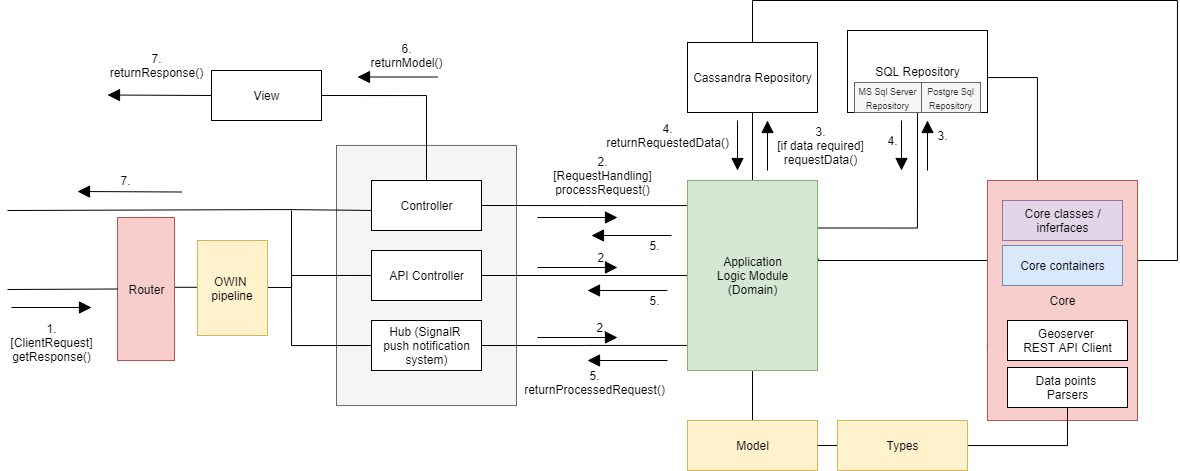
myNameIsAndrew00/Persistent-Scatterers-Tool keeps this draw.io diagram as docs/Diagrams/Server communication diagram.png. Above is the earlier version. Source tidied: cells renumbered, new cells last; positions are measured from the earlier drawing's top-left corner, leaving out a move shared by most shapes.
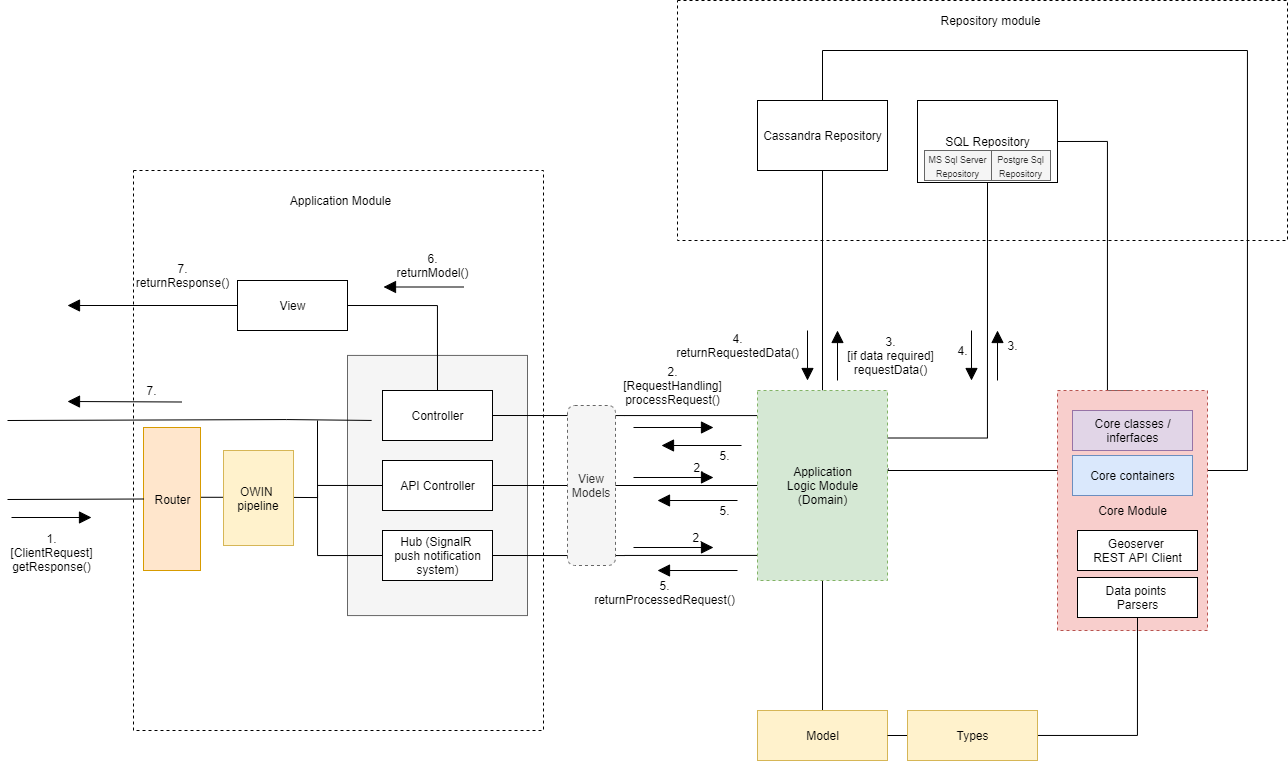
After the commit.

Diff of the diagram source:
```diff
@@ -2,46 +2,49 @@
   <root>
     <mxCell id="0" />
     <mxCell id="1" parent="0" />
+    <mxCell id="65" style="rounded=0;whiteSpace=wrap;html=1;fillColor=none;dashed=1;" parent="1" vertex="1">
+      <mxGeometry x="62" y="-40" width="410" height="560" as="geometry" />
+    </mxCell>
     <mxCell id="2" style="html=1;fillColor=#f5f5f5;strokeColor=#666666;fontColor=#333333;labelPosition=center;verticalLabelPosition=middle;align=center;verticalAlign=top;" parent="1" vertex="1">
-      <mxGeometry x="335" y="144.9" width="180" height="260.1" as="geometry" />
+      <mxGeometry x="276" y="144.9" width="180" height="260.1" as="geometry" />
     </mxCell>
     <mxCell id="3" style="edgeStyle=orthogonalEdgeStyle;rounded=0;jettySize=auto;html=1;exitX=1;exitY=0.5;exitDx=0;exitDy=0;entryX=-0.003;entryY=0.132;entryDx=0;entryDy=0;entryPerimeter=0;endArrow=none;endFill=0;" parent="1" edge="1" source="5" target="16">
       <mxGeometry relative="1" as="geometry" />
     </mxCell>
     <mxCell id="4" style="edgeStyle=orthogonalEdgeStyle;rounded=0;orthogonalLoop=1;jettySize=auto;html=1;exitX=0;exitY=0.5;exitDx=0;exitDy=0;endArrow=none;endFill=0;" parent="1" edge="1">
       <mxGeometry relative="1" as="geometry">
-        <mxPoint x="370.1" y="210" as="sourcePoint" />
-        <mxPoint x="6" y="210" as="targetPoint" />
+        <mxPoint x="300.1" y="210" as="sourcePoint" />
+        <mxPoint x="-64" y="210" as="targetPoint" />
         <Array as="points">
-          <mxPoint x="285" y="209" />
-          <mxPoint x="285" y="210" />
+          <mxPoint x="215" y="209" />
+          <mxPoint x="215" y="210" />
         </Array>
       </mxGeometry>
     </mxCell>
     <mxCell id="5" value="Controller" style="html=1;" parent="1" vertex="1">
-      <mxGeometry x="370" y="180" width="110" height="50" as="geometry" />
+      <mxGeometry x="311" y="180" width="110" height="50" as="geometry" />
     </mxCell>
     <mxCell id="6" style="edgeStyle=orthogonalEdgeStyle;rounded=0;jettySize=auto;html=1;endArrow=none;endFill=0;" parent="1" edge="1" source="8" target="16">
       <mxGeometry relative="1" as="geometry" />
     </mxCell>
     <mxCell id="7" style="edgeStyle=orthogonalEdgeStyle;rounded=0;jettySize=auto;html=1;exitX=0;exitY=0.5;exitDx=0;exitDy=0;endArrow=none;endFill=0;" parent="1" edge="1" source="8">
       <mxGeometry relative="1" as="geometry">
-        <mxPoint x="290" y="275" as="targetPoint" />
+        <mxPoint x="246" y="275" as="targetPoint" />
       </mxGeometry>
     </mxCell>
     <mxCell id="8" value="API Controller" style="html=1;" parent="1" vertex="1">
-      <mxGeometry x="370" y="250" width="110" height="50" as="geometry" />
+      <mxGeometry x="311" y="250" width="110" height="50" as="geometry" />
     </mxCell>
     <mxCell id="9" style="edgeStyle=orthogonalEdgeStyle;rounded=0;jettySize=auto;html=1;exitX=1;exitY=0.5;exitDx=0;exitDy=0;entryX=-0.003;entryY=0.868;entryDx=0;entryDy=0;entryPerimeter=0;endArrow=none;endFill=0;" parent="1" edge="1" source="11" target="16">
       <mxGeometry relative="1" as="geometry" />
     </mxCell>
     <mxCell id="10" style="edgeStyle=orthogonalEdgeStyle;rounded=0;jettySize=auto;html=1;exitX=0;exitY=0.5;exitDx=0;exitDy=0;endArrow=none;endFill=0;" parent="1" edge="1" source="11">
       <mxGeometry relative="1" as="geometry">
-        <mxPoint x="290" y="210" as="targetPoint" />
+        <mxPoint x="246" y="210" as="targetPoint" />
       </mxGeometry>
     </mxCell>
     <mxCell id="11" value="&lt;div&gt;Hub (SignalR &lt;br&gt;&lt;/div&gt;&lt;div&gt;push notification&lt;/div&gt;&lt;div&gt;system)&lt;/div&gt;" style="html=1;" parent="1" vertex="1">
-      <mxGeometry x="370" y="320" width="110" height="50" as="geometry" />
+      <mxGeometry x="311" y="320" width="110" height="50" as="geometry" />
     </mxCell>
     <mxCell id="12" style="edgeStyle=orthogonalEdgeStyle;rounded=0;jettySize=auto;html=1;exitX=0.5;exitY=0;exitDx=0;exitDy=0;entryX=0.5;entryY=1;entryDx=0;entryDy=0;endArrow=none;endFill=0;" parent="1" edge="1" source="16" target="18">
       <mxGeometry relative="1" as="geometry" />
@@ -61,57 +64,58 @@
     <mxCell id="15" style="edgeStyle=orthogonalEdgeStyle;rounded=0;jettySize=auto;html=1;exitX=1;exitY=0.25;exitDx=0;exitDy=0;entryX=0.5;entryY=1;entryDx=0;entryDy=0;endArrow=none;endFill=0;" parent="1" edge="1" source="16" target="20">
       <mxGeometry relative="1" as="geometry" />
     </mxCell>
-    <mxCell id="16" value="&lt;div&gt;Application&lt;/div&gt;&lt;div&gt;Logic Module&lt;br&gt;&lt;/div&gt;&lt;div&gt;(Domain)&lt;/div&gt;" style="html=1;fillColor=#d5e8d4;strokeColor=#82b366;" parent="1" vertex="1">
+    <mxCell id="16" value="&lt;div&gt;Application&lt;/div&gt;&lt;div&gt;Logic Module&lt;br&gt;&lt;/div&gt;&lt;div&gt;(Domain)&lt;/div&gt;" style="html=1;fillColor=#d5e8d4;strokeColor=#82b366;dashed=1;" parent="1" vertex="1">
       <mxGeometry x="686" y="180" width="130" height="190" as="geometry" />
     </mxCell>
     <mxCell id="17" style="edgeStyle=orthogonalEdgeStyle;rounded=0;jettySize=auto;html=1;exitX=0.5;exitY=0;exitDx=0;exitDy=0;endArrow=none;endFill=0;" parent="1" edge="1" source="18">
       <mxGeometry relative="1" as="geometry">
         <mxPoint x="1127" y="260" as="targetPoint" />
         <Array as="points">
-          <mxPoint x="751" />
-          <mxPoint x="1176" />
+          <mxPoint x="751" y="-160" />
+          <mxPoint x="1176" y="-160" />
           <mxPoint x="1176" y="260" />
         </Array>
       </mxGeometry>
     </mxCell>
     <mxCell id="18" value="Cassandra Repository" style="html=1;" parent="1" vertex="1">
-      <mxGeometry x="686" y="42" width="130" height="70" as="geometry" />
+      <mxGeometry x="686" y="-110" width="130" height="70" as="geometry" />
     </mxCell>
     <mxCell id="19" style="edgeStyle=orthogonalEdgeStyle;rounded=0;jettySize=auto;html=1;exitX=1;exitY=0.5;exitDx=0;exitDy=0;entryX=0.5;entryY=0;entryDx=0;entryDy=0;endArrow=none;endFill=0;" parent="1" edge="1" source="20" target="22">
       <mxGeometry relative="1" as="geometry">
         <Array as="points">
-          <mxPoint x="1036" y="77" />
+          <mxPoint x="1036" y="-69" />
+          <mxPoint x="1036" y="180" />
         </Array>
       </mxGeometry>
     </mxCell>
     <mxCell id="20" value="SQL Repository" style="html=1;" parent="1" vertex="1">
-      <mxGeometry x="846" y="30" width="140" height="82" as="geometry" />
+      <mxGeometry x="846" y="-110" width="140" height="82" as="geometry" />
     </mxCell>
     <mxCell id="21" value="Model" style="html=1;fillColor=#fff2cc;strokeColor=#d6b656;" parent="1" vertex="1">
-      <mxGeometry x="686" y="420" width="130" height="50" as="geometry" />
+      <mxGeometry x="686" y="500" width="130" height="50" as="geometry" />
     </mxCell>
-    <mxCell id="22" value="Core" style="html=1;fillColor=#f8cecc;strokeColor=#b85450;" parent="1" vertex="1">
+    <mxCell id="22" value="Core Module" style="html=1;fillColor=#f8cecc;strokeColor=#b85450;dashed=1;" parent="1" vertex="1">
       <mxGeometry x="986" y="180" width="150" height="240" as="geometry" />
     </mxCell>
     <mxCell id="23" style="edgeStyle=orthogonalEdgeStyle;rounded=0;jettySize=auto;html=1;exitX=1;exitY=0.5;exitDx=0;exitDy=0;entryX=0.5;entryY=0;entryDx=0;entryDy=0;endArrow=none;endFill=0;" parent="1" edge="1" source="24" target="5">
       <mxGeometry relative="1" as="geometry" />
     </mxCell>
     <mxCell id="24" value="View" style="html=1;" parent="1" vertex="1">
-      <mxGeometry x="210" y="70" width="110" height="50" as="geometry" />
+      <mxGeometry x="166" y="70" width="110" height="50" as="geometry" />
     </mxCell>
     <mxCell id="25" style="endArrow=block;endFill=1;endSize=10;html=1;" parent="1" edge="1">
       <mxGeometry relative="1" as="geometry">
-        <mxPoint x="10" y="307" as="sourcePoint" />
-        <mxPoint x="90" y="307" as="targetPoint" />
+        <mxPoint x="-60" y="307" as="sourcePoint" />
+        <mxPoint x="20" y="307" as="targetPoint" />
       </mxGeometry>
     </mxCell>
     <mxCell id="26" value="1.&lt;div&gt;[ClientRequest]&lt;/div&gt;&lt;div&gt;getResponse()&lt;br&gt;&lt;/div&gt;" style="text;html=1;align=center;verticalAlign=middle;" parent="1" vertex="1">
-      <mxGeometry y="317" width="100" height="50" as="geometry" />
+      <mxGeometry x="-70" y="317" width="100" height="50" as="geometry" />
     </mxCell>
     <mxCell id="27" style="endArrow=block;endFill=1;endSize=10;html=1;" parent="1" edge="1">
       <mxGeometry relative="1" as="geometry">
-        <mxPoint x="536" y="217" as="sourcePoint" />
-        <mxPoint x="616" y="217" as="targetPoint" />
+        <mxPoint x="562" y="217" as="sourcePoint" />
+        <mxPoint x="642" y="217" as="targetPoint" />
       </mxGeometry>
     </mxCell>
     <mxCell id="28" value="2.&lt;div&gt;[RequestHandling]&lt;/div&gt;&lt;div&gt;processRequest()&lt;br&gt;&lt;/div&gt;" style="text;html=1;align=center;verticalAlign=middle;" parent="1" vertex="1">
@@ -119,21 +123,21 @@
     </mxCell>
     <mxCell id="29" style="endArrow=block;endFill=1;endSize=10;html=1;" parent="1" edge="1">
       <mxGeometry relative="1" as="geometry">
-        <mxPoint x="536" y="267" as="sourcePoint" />
-        <mxPoint x="616" y="267" as="targetPoint" />
+        <mxPoint x="562" y="267" as="sourcePoint" />
+        <mxPoint x="642" y="267" as="targetPoint" />
       </mxGeometry>
     </mxCell>
     <mxCell id="30" value="2." style="text;html=1;align=center;verticalAlign=middle;" parent="1" vertex="1">
-      <mxGeometry x="586" y="247" width="30" height="20" as="geometry" />
+      <mxGeometry x="612" y="247" width="30" height="20" as="geometry" />
     </mxCell>
     <mxCell id="31" style="endArrow=block;endFill=1;endSize=10;html=1;" parent="1" edge="1">
       <mxGeometry relative="1" as="geometry">
-        <mxPoint x="536" y="337" as="sourcePoint" />
-        <mxPoint x="616" y="337" as="targetPoint" />
+        <mxPoint x="562" y="337" as="sourcePoint" />
+        <mxPoint x="642" y="337" as="targetPoint" />
       </mxGeometry>
     </mxCell>
     <mxCell id="32" value="2." style="text;html=1;align=center;verticalAlign=middle;" parent="1" vertex="1">
-      <mxGeometry x="585" y="317" width="30" height="20" as="geometry" />
+      <mxGeometry x="611" y="317" width="30" height="20" as="geometry" />
     </mxCell>
     <mxCell id="33" style="endArrow=block;endFill=1;endSize=10;html=1;" parent="1" edge="1">
       <mxGeometry relative="1" as="geometry">
@@ -200,35 +204,35 @@
     </mxCell>
     <mxCell id="47" style="endArrow=block;endFill=1;endSize=10;html=1;" parent="1" edge="1">
       <mxGeometry relative="1" as="geometry">
-        <mxPoint x="436" y="76.5" as="sourcePoint" />
-        <mxPoint x="356" y="76.5" as="targetPoint" />
+        <mxPoint x="392" y="76.5" as="sourcePoint" />
+        <mxPoint x="312" y="76.5" as="targetPoint" />
       </mxGeometry>
     </mxCell>
     <mxCell id="48" value="&lt;div&gt;6.&lt;/div&gt;&lt;div&gt;returnModel()&lt;br&gt;&lt;/div&gt;" style="text;html=1;align=center;verticalAlign=middle;" parent="1" vertex="1">
-      <mxGeometry x="365" y="40" width="80" height="30" as="geometry" />
+      <mxGeometry x="321" y="40" width="80" height="30" as="geometry" />
     </mxCell>
     <mxCell id="49" style="endArrow=block;endFill=1;endSize=10;html=1;exitX=0;exitY=0.5;exitDx=0;exitDy=0;" parent="1" edge="1" source="24">
       <mxGeometry relative="1" as="geometry">
-        <mxPoint x="106" y="94.5" as="targetPoint" />
+        <mxPoint x="-4" y="95" as="targetPoint" />
       </mxGeometry>
     </mxCell>
     <mxCell id="50" value="&lt;div&gt;7.&lt;/div&gt;&lt;div&gt;returnResponse()&lt;br&gt;&lt;/div&gt;" style="text;html=1;align=center;verticalAlign=middle;" parent="1" vertex="1">
-      <mxGeometry x="100" y="50" width="110" height="30" as="geometry" />
+      <mxGeometry x="56" y="50" width="110" height="30" as="geometry" />
     </mxCell>
     <mxCell id="51" style="endArrow=block;endFill=1;endSize=10;html=1;exitX=0;exitY=0.5;exitDx=0;exitDy=0;" parent="1" edge="1">
       <mxGeometry relative="1" as="geometry">
-        <mxPoint x="180" y="191.5" as="sourcePoint" />
-        <mxPoint x="76" y="191" as="targetPoint" />
+        <mxPoint x="110" y="191.5" as="sourcePoint" />
+        <mxPoint x="-4" y="191" as="targetPoint" />
       </mxGeometry>
     </mxCell>
     <mxCell id="52" value="7." style="text;html=1;align=center;verticalAlign=middle;" parent="1" vertex="1">
-      <mxGeometry x="109" y="170" width="30" height="20" as="geometry" />
+      <mxGeometry x="65" y="170" width="30" height="20" as="geometry" />
     </mxCell>
     <mxCell id="53" value="&lt;font style=&quot;font-size: 9px&quot;&gt;MS Sql Server Repository&lt;/font&gt;" style="rounded=0;whiteSpace=wrap;html=1;fillColor=#f5f5f5;strokeColor=#666666;fontColor=#333333;" parent="1" vertex="1">
-      <mxGeometry x="853" y="82" width="67" height="30" as="geometry" />
+      <mxGeometry x="853" y="-60" width="67" height="30" as="geometry" />
     </mxCell>
     <mxCell id="54" value="&lt;font style=&quot;font-size: 9px&quot;&gt;Postgre Sql Repository&lt;/font&gt;" style="rounded=0;whiteSpace=wrap;html=1;fillColor=#f5f5f5;strokeColor=#666666;fontColor=#333333;" parent="1" vertex="1">
-      <mxGeometry x="920" y="82" width="59" height="30" as="geometry" />
+      <mxGeometry x="920" y="-60" width="59" height="30" as="geometry" />
     </mxCell>
     <mxCell id="55" value="Geoserver &lt;br&gt;REST API Client" style="html=1;" parent="1" vertex="1">
       <mxGeometry x="1006" y="320" width="120" height="40" as="geometry" />
@@ -240,7 +244,7 @@
       <mxGeometry relative="1" as="geometry" />
     </mxCell>
     <mxCell id="58" value="Types" style="html=1;fillColor=#fff2cc;strokeColor=#d6b656;" parent="1" vertex="1">
-      <mxGeometry x="836" y="420" width="130" height="50" as="geometry" />
+      <mxGeometry x="836" y="500" width="130" height="50" as="geometry" />
     </mxCell>
     <mxCell id="59" value="Core classes /&lt;br&gt;inferfaces" style="html=1;fillColor=#e1d5e7;strokeColor=#9673a6;" parent="1" vertex="1">
       <mxGeometry x="1001" y="200" width="120" height="40" as="geometry" />
@@ -250,23 +254,35 @@
     </mxCell>
     <mxCell id="61" style="edgeStyle=orthogonalEdgeStyle;rounded=0;jettySize=auto;html=1;exitX=1.001;exitY=0.488;exitDx=0;exitDy=0;endArrow=none;endFill=0;exitPerimeter=0;" parent="1" edge="1" source="62">
       <mxGeometry relative="1" as="geometry">
-        <mxPoint x="290" y="280" as="targetPoint" />
+        <mxPoint x="246" y="280" as="targetPoint" />
         <Array as="points">
-          <mxPoint x="247" y="287" />
-          <mxPoint x="290" y="287" />
+          <mxPoint x="203" y="287" />
+          <mxPoint x="246" y="287" />
         </Array>
       </mxGeometry>
     </mxCell>
-    <mxCell id="62" value="Router" style="html=1;fillColor=#f8cecc;strokeColor=#b85450;" parent="1" vertex="1">
-      <mxGeometry x="116" y="217" width="57" height="143" as="geometry" />
+    <mxCell id="62" value="Router" style="html=1;fillColor=#ffe6cc;strokeColor=#d79b00;" parent="1" vertex="1">
+      <mxGeometry x="72" y="217" width="57" height="143" as="geometry" />
     </mxCell>
     <mxCell id="63" style="endArrow=none;html=1;entryX=0;entryY=0.5;entryDx=0;entryDy=0;" parent="1" edge="1" target="62">
       <mxGeometry relative="1" as="geometry">
-        <mxPoint x="6" y="289" as="sourcePoint" />
+        <mxPoint x="-64" y="289" as="sourcePoint" />
       </mxGeometry>
     </mxCell>
     <mxCell id="64" value="OWIN&amp;nbsp;&lt;br&gt;pipeline" style="rounded=0;whiteSpace=wrap;html=1;fillColor=#fff2cc;strokeColor=#d6b656;" parent="1" vertex="1">
-      <mxGeometry x="196" y="240" width="70" height="95" as="geometry" />
+      <mxGeometry x="152" y="240" width="70" height="95" as="geometry" />
     </mxCell>
+    <mxCell id="66" value="Application Module" style="text;html=1;strokeColor=none;fillColor=none;align=center;verticalAlign=middle;whiteSpace=wrap;rounded=0;dashed=1;" parent="1" vertex="1">
+      <mxGeometry x="166" y="-30" width="207" height="40" as="geometry" />
+    </mxCell>
+    <mxCell id="67" value="View&lt;br&gt;Models" style="rounded=1;whiteSpace=wrap;html=1;dashed=1;fillColor=#f5f5f5;strokeColor=#666666;fontColor=#333333;" parent="1" vertex="1">
+      <mxGeometry x="496" y="195" width="48" height="160" as="geometry" />
+    </mxCell>
+    <mxCell id="68" style="rounded=0;whiteSpace=wrap;html=1;fillColor=none;dashed=1;" parent="1" vertex="1">
+      <mxGeometry x="606" y="-210" width="610" height="240" as="geometry" />
+    </mxCell>
+    <mxCell id="69" value="Repository module" style="text;html=1;strokeColor=none;fillColor=none;align=center;verticalAlign=middle;whiteSpace=wrap;rounded=0;dashed=1;" parent="1" vertex="1">
+      <mxGeometry x="816" y="-210" width="207" height="40" as="geometry" />
+    </mxCell>
   </root>
 </mxGraphModel>
```
